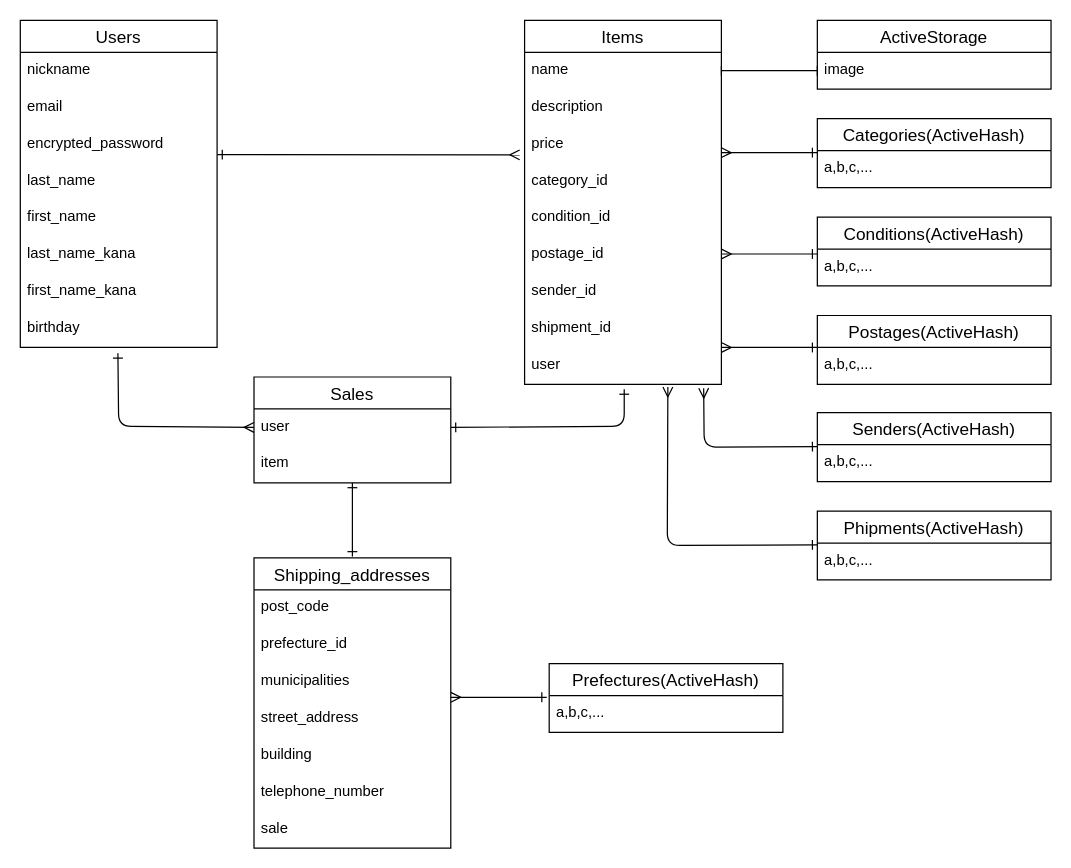
Above: furima.dio in fuuuuumin/furima-39421 (draw.io), before the change. Source tidied: cells renumbered, new cells numbered last; positions are measured from the earlier drawing's top-left corner, leaving out a move shared by most shapes. Both pictures are drawn from the tidied source at 123%, with x=0, y=0 at pixel (20, 20).
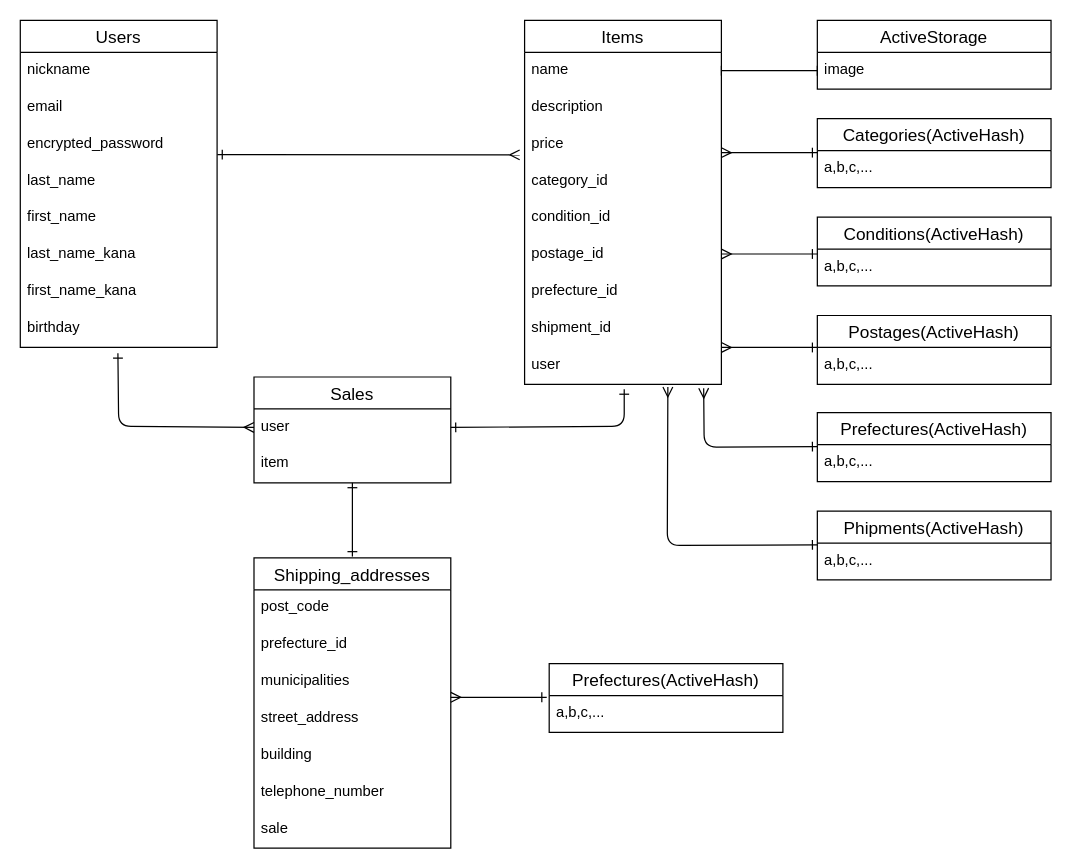
The same diagram, later.

Commit message (it also covers changes not shown here):
sender_idをprefecture_idに変更

The change refers to these unchanged cells:
```xml
<mxCell id="11" value="Items" style="swimlane;fontStyle=0;horizontal=1;startSize=26;align=center;fontSize=14;" parent="1" vertex="1">
  <mxGeometry x="410" width="160" height="296" as="geometry" />
</mxCell>
```

Diff of the diagram source:
```diff
@@
-    <mxCell id="18" value="sender_id" style="text;strokeColor=none;fillColor=none;spacingLeft=4;spacingRight=4;overflow=hidden;fontSize=12;" parent="11" vertex="1">
+    <mxCell id="18" value="prefecture_id" style="text;strokeColor=none;fillColor=none;spacingLeft=4;spacingRight=4;overflow=hidden;fontSize=12;" parent="11" vertex="1">
       <mxGeometry y="206" width="160" height="30" as="geometry" />
     </mxCell>
@@
-    <mxCell id="45" value="Senders(ActiveHash)" style="swimlane;fontStyle=0;horizontal=1;startSize=26;align=center;fontSize=14;" parent="1" vertex="1">
+    <mxCell id="45" value="Prefectures(ActiveHash)" style="swimlane;fontStyle=0;horizontal=1;startSize=26;align=center;fontSize=14;" parent="1" vertex="1">
       <mxGeometry x="648" y="319" width="190" height="56" as="geometry" />
     </mxCell>
```
